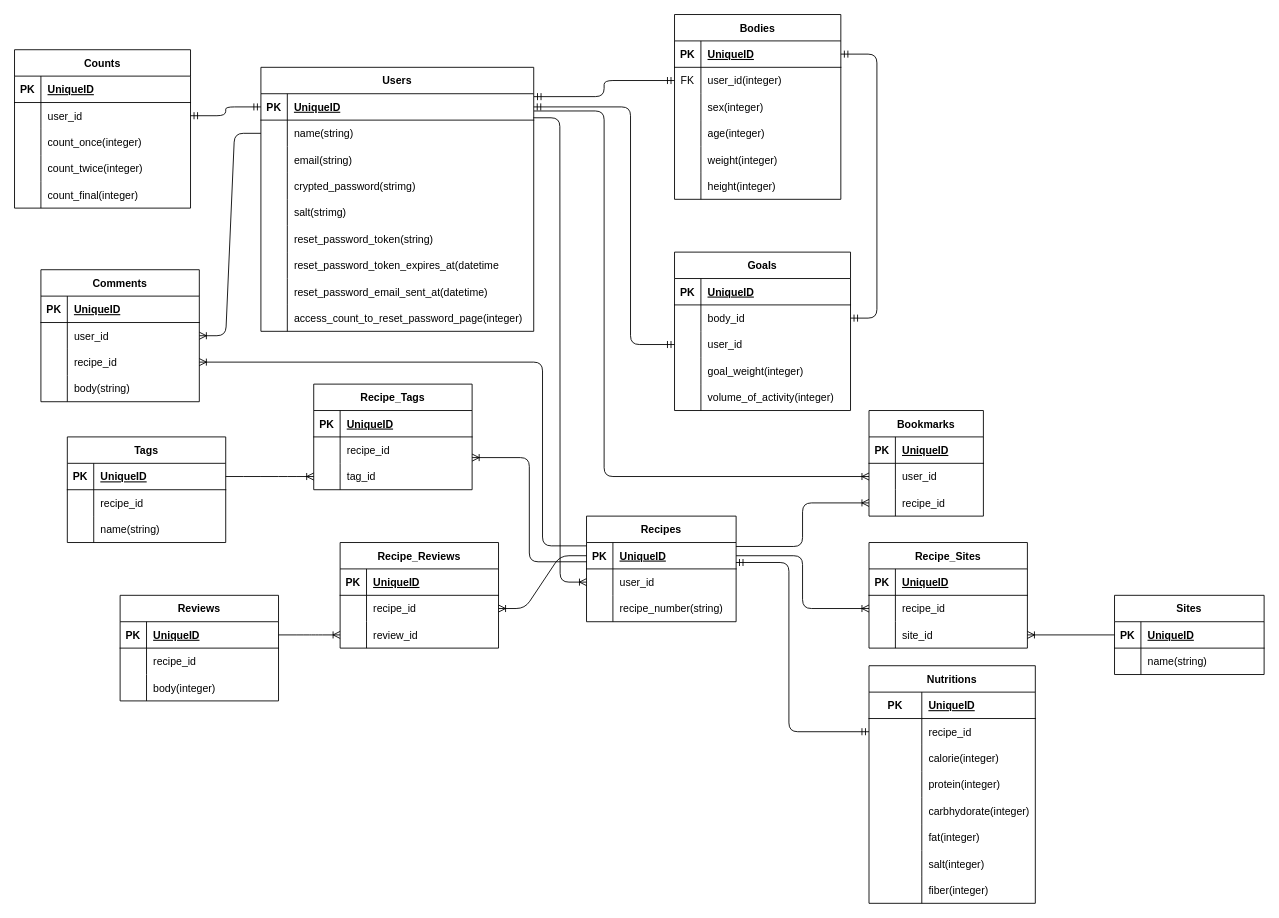
This is slatrition.drawio from shinotaku1997/slatrition, a draw.io file, before an edit. Source tidied: cells renumbered, new cells numbered last; positions are measured from the earlier drawing's top-left corner, leaving out a move shared by most shapes. Both pictures are drawn from the tidied source at 88%, with x=0, y=0 at pixel (14, 14).
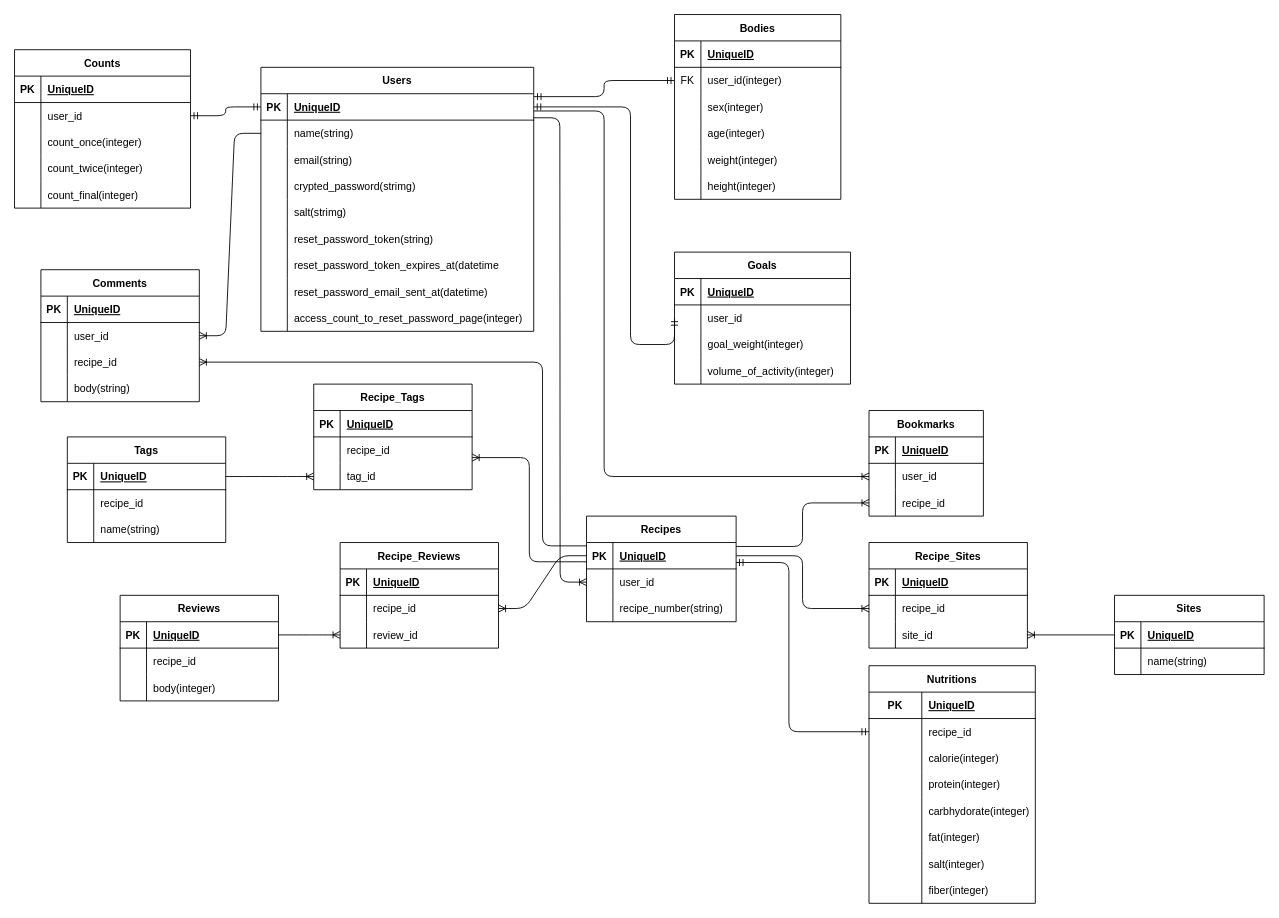
The same diagram, later.

The change refers to these unchanged cells:
```xml
<mxCell id="31" style="shape=tableRow;horizontal=0;startSize=0;swimlaneHead=0;swimlaneBody=0;fillColor=none;points=[[0,0.5],[1,0.5]];portConstraint=eastwest;top=0;left=0;right=0;bottom=1;" parent="30" vertex="1">
  <mxGeometry y="30" width="189" height="30" as="geometry" />
</mxCell>
```

Diff of the diagram source:
```diff
@@
     <mxCell id="59" value="Goals" style="shape=table;startSize=30;childLayout=tableLayout;rowLines=0;fontStyle=1;align=center;" parent="1" vertex="1">
-      <mxGeometry x="750" y="270" width="200" height="180" as="geometry" />
+      <mxGeometry x="750" y="270" width="200" height="150" as="geometry" />
     </mxCell>
@@
-    <mxCell id="63" style="shape=tableRow;horizontal=0;startSize=0;swimlaneHead=0;swimlaneBody=0;fillColor=none;points=[[0,0.5],[1,0.5]];portConstraint=eastwest;top=0;left=0;right=0;bottom=0;" parent="59" vertex="1">
-      <mxGeometry y="60" width="200" height="30" as="geometry" />
-    </mxCell>
-    <mxCell id="64" style="shape=partialRectangle;fillColor=none;top=0;left=0;bottom=0;right=0;overflow=hidden;" parent="63" vertex="1">
-      <mxGeometry width="30" height="30" as="geometry" />
-    </mxCell>
-    <mxCell id="65" value="body_id" style="shape=partialRectangle;fillColor=none;top=0;left=0;bottom=0;right=0;align=left;spacingLeft=6;overflow=hidden;" parent="63" vertex="1">
-      <mxGeometry x="30" width="170" height="30" as="geometry" />
-    </mxCell>
     <mxCell id="66" style="shape=tableRow;horizontal=0;startSize=0;swimlaneHead=0;swimlaneBody=0;fillColor=none;points=[[0,0.5],[1,0.5]];portConstraint=eastwest;top=0;left=0;right=0;bottom=0;" parent="59" vertex="1">
-      <mxGeometry y="90" width="200" height="30" as="geometry" />
+      <mxGeometry y="60" width="200" height="30" as="geometry" />
     </mxCell>
@@
     <mxCell id="69" style="shape=tableRow;horizontal=0;startSize=0;swimlaneHead=0;swimlaneBody=0;fillColor=none;top=0;left=0;right=0;bottom=0;" parent="59" vertex="1">
-      <mxGeometry y="120" width="200" height="30" as="geometry" />
+      <mxGeometry y="90" width="200" height="30" as="geometry" />
     </mxCell>
@@
     <mxCell id="72" style="shape=tableRow;horizontal=0;startSize=0;swimlaneHead=0;swimlaneBody=0;fillColor=none;top=0;left=0;right=0;bottom=0;" parent="59" vertex="1">
-      <mxGeometry y="150" width="200" height="30" as="geometry" />
+      <mxGeometry y="120" width="200" height="30" as="geometry" />
     </mxCell>
@@
-    <mxCell id="136" style="edgeStyle=entityRelationEdgeStyle;fontSize=12;html=1;endArrow=ERmandOne;startArrow=ERmandOne;exitX=1;exitY=0.5;exitDx=0;exitDy=0;" parent="1" edge="1" source="31" target="63">
-      <mxGeometry relative="1" as="geometry" />
-    </mxCell>
```
